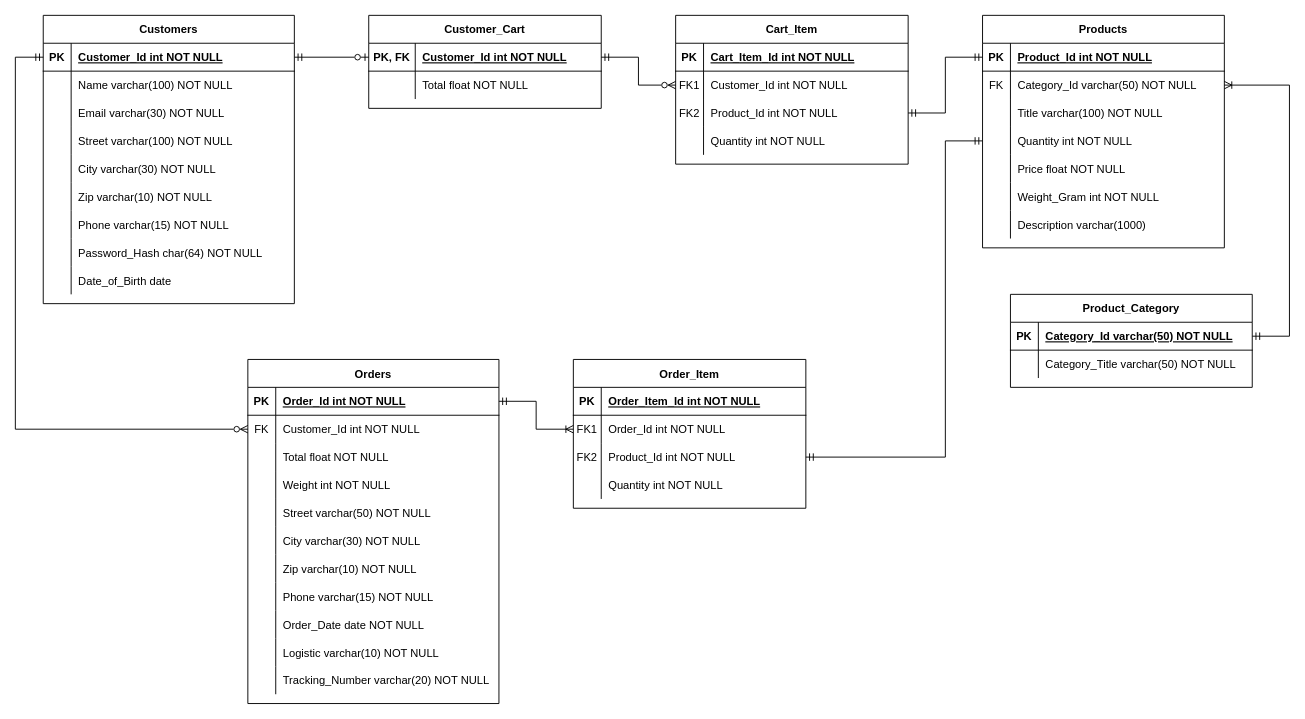
This is system-design/ER-Diagram.drawio from wahyubrr/shopping-api, a draw.io file, before an edit. Source tidied: cells renumbered, new cells numbered last; positions are measured from the earlier drawing's top-left corner, leaving out a move shared by most shapes. Both pictures are drawn from the tidied source at 93%, with x=0, y=0 at pixel (15, 15).
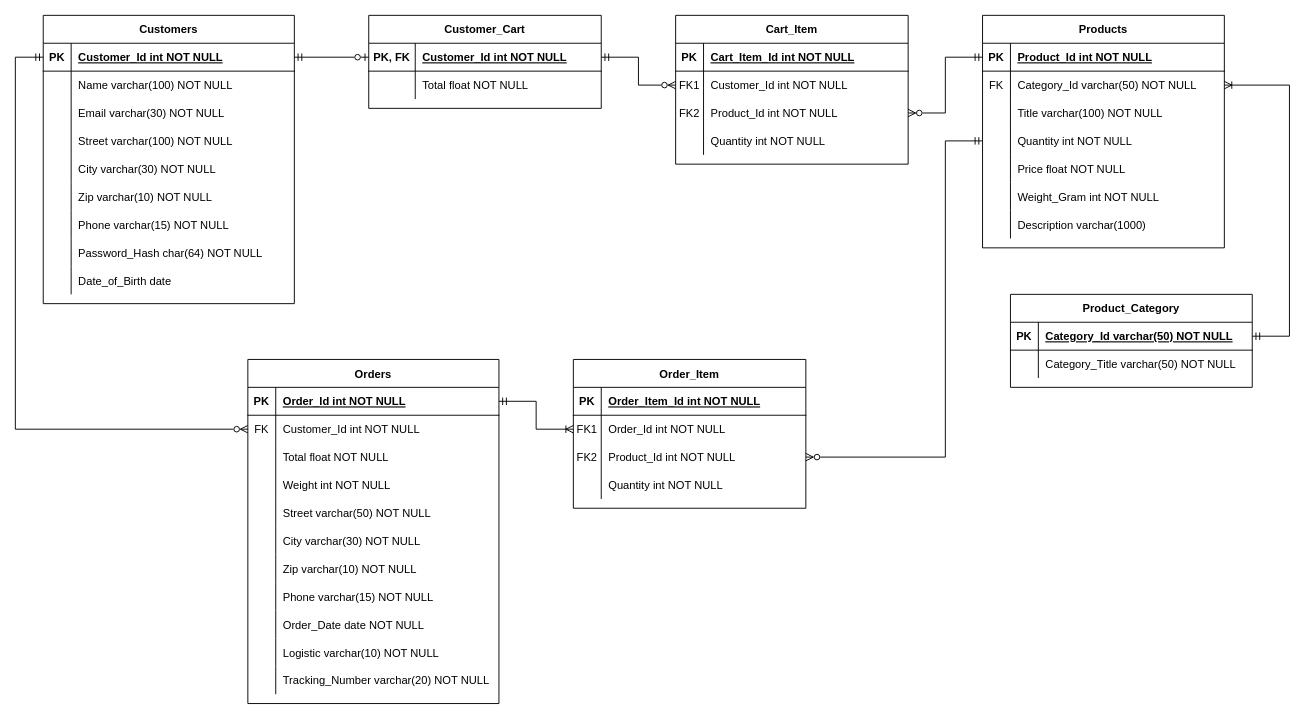
The same page after the edit.

Commit message (it also covers changes not shown here):
edited the cardinality of Cart_Item:Products and Order_Item:Products to MANY:1..1

Unchanged cells that the change refers to:
```xml
<mxCell id="10" style="shape=partialRectangle;fillColor=none;points=[[0,0.5],[1,0.5]];portConstraint=eastwest;top=0;left=0;right=0;bottom=1;" parent="9" vertex="1">
  <mxGeometry y="30" width="260" height="30" as="geometry" />
</mxCell>
<mxCell id="19" style="shape=partialRectangle;fillColor=none;points=[[0,0.5],[1,0.5]];portConstraint=eastwest;top=0;left=0;right=0;bottom=0;" parent="9" vertex="1">
  <mxGeometry y="120" width="260" height="30" as="geometry" />
</mxCell>
<mxCell id="109" style="shape=partialRectangle;fillColor=none;points=[[0,0.5],[1,0.5]];portConstraint=eastwest;top=0;left=0;right=0;bottom=0;" parent="102" vertex="1">
  <mxGeometry y="90" width="250" height="30" as="geometry" />
</mxCell>
<mxCell id="125" style="shape=partialRectangle;fillColor=none;points=[[0,0.5],[1,0.5]];portConstraint=eastwest;top=0;left=0;right=0;bottom=0;" parent="118" vertex="1">
  <mxGeometry y="90" width="250" height="30" as="geometry" />
</mxCell>
```

What changed in the source:
```diff
@@
-    <mxCell id="116" style="edgeStyle=orthogonalEdgeStyle;rounded=0;jettySize=auto;html=1;entryX=0;entryY=0.5;entryDx=0;entryDy=0;fontSize=16;startArrow=ERmandOne;startFill=0;endArrow=ERmandOne;endFill=0;" parent="1" edge="1" source="109" target="10">
+    <mxCell id="116" style="edgeStyle=orthogonalEdgeStyle;rounded=0;jettySize=auto;html=1;entryX=0;entryY=0.5;entryDx=0;entryDy=0;fontSize=16;startArrow=ERzeroToMany;startFill=0;endArrow=ERmandOne;endFill=0;" parent="1" edge="1" source="109" target="10">
       <mxGeometry relative="1" as="geometry" />
     </mxCell>
@@
-    <mxCell id="132" style="edgeStyle=orthogonalEdgeStyle;rounded=0;jettySize=auto;html=1;fontSize=16;startArrow=ERmandOne;startFill=0;endArrow=ERmandOne;endFill=0;" parent="1" edge="1" source="125" target="19">
+    <mxCell id="132" style="edgeStyle=orthogonalEdgeStyle;rounded=0;jettySize=auto;html=1;fontSize=16;startArrow=ERzeroToMany;startFill=0;endArrow=ERmandOne;endFill=0;" parent="1" edge="1" source="125" target="19">
       <mxGeometry relative="1" as="geometry">
         <Array as="points">
           <mxPoint x="1000" y="475" />
           <mxPoint x="1000" y="135" />
         </Array>
       </mxGeometry>
     </mxCell>
```
